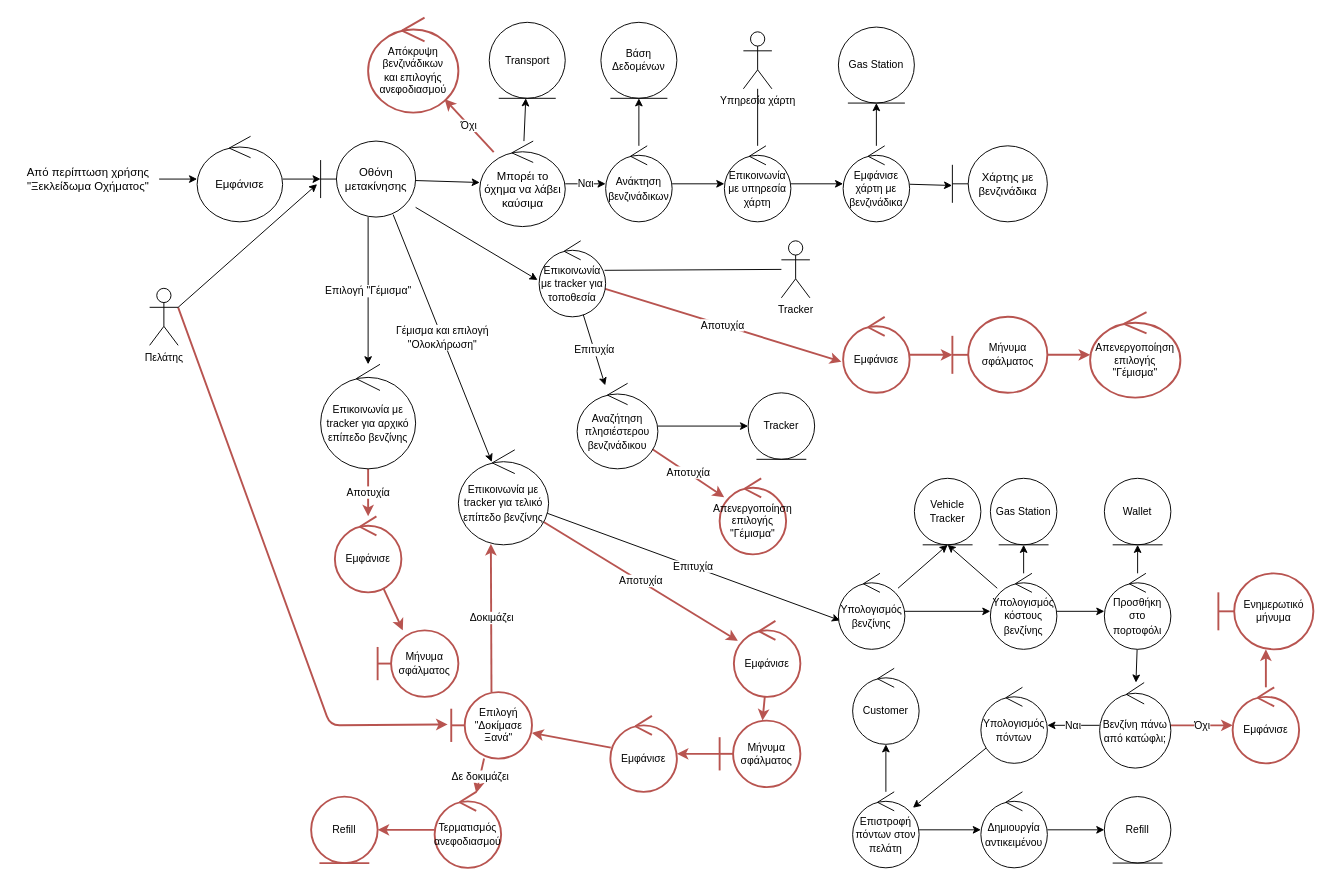
The draw.io diagram Part_2/Robustness/diagrams/13_Ανεφοδιασμός_Οχήματος.drawio in Nikolis2002/texnoligia_logismikou, before the edit. Source tidied: cells renumbered, new cells numbered last; positions are measured from the earlier drawing's top-left corner, leaving out a move shared by most shapes. Both pictures are drawn from the tidied source at 95%, with x=0, y=0 at pixel (16, 17).
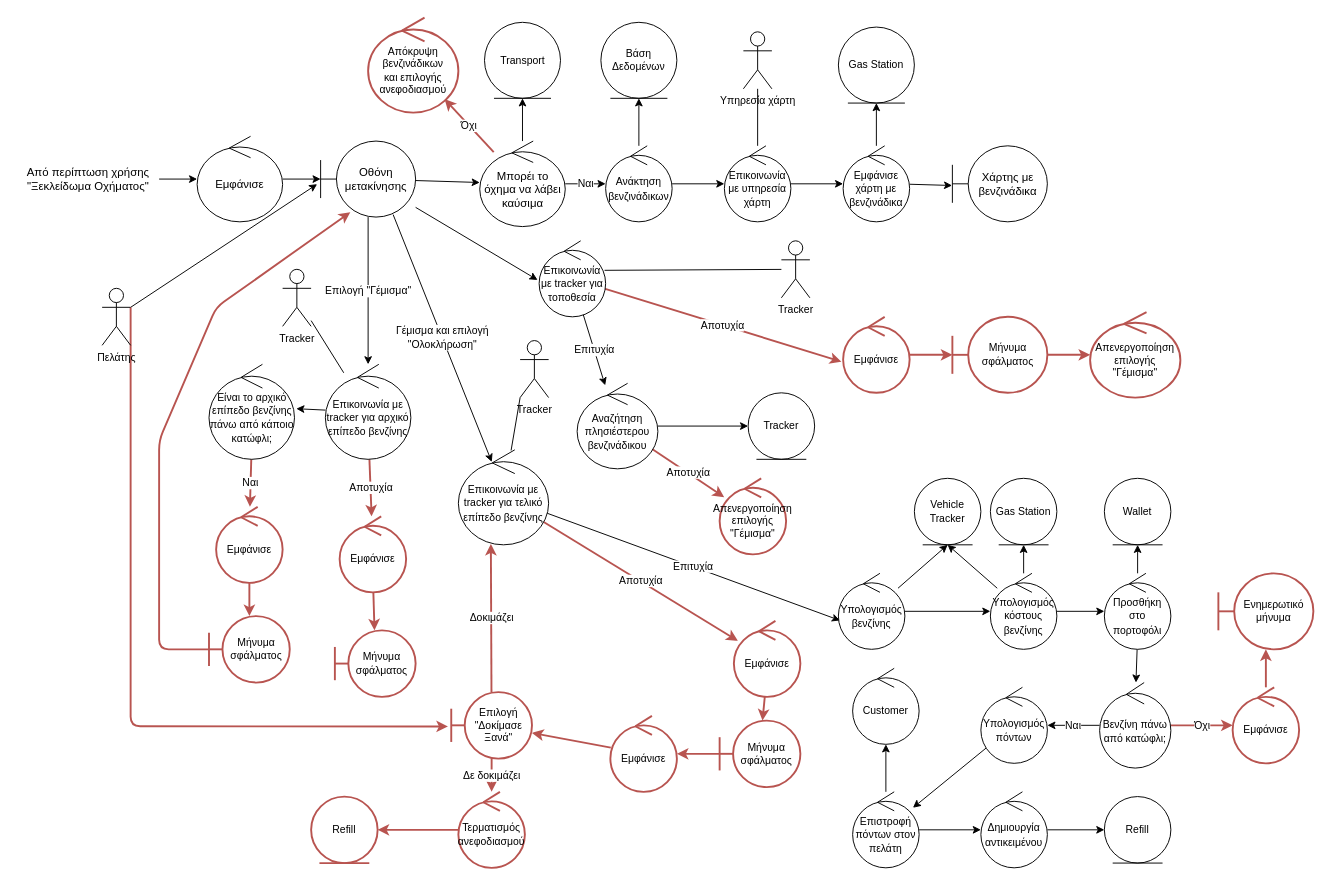
The same diagram, later.

The change refers to these unchanged cells:
```xml
<mxCell id="45" value="&lt;span style=&quot;font-size: 11px;&quot;&gt;Επικοινωνία με tracker για τελικό επίπεδο βενζίνης&lt;/span&gt;" style="ellipse;shape=umlControl;whiteSpace=wrap;html=1;" parent="1" vertex="1">
  <mxGeometry x="465" y="455" width="95" height="100" as="geometry" />
</mxCell>
<mxCell id="55" value="Επιλογή &quot;Δοκίμασε Ξανά&quot;" style="shape=umlBoundary;whiteSpace=wrap;html=1;fontSize=11;fillColor=none;strokeColor=#b85450;strokeWidth=2;" parent="1" vertex="1">
  <mxGeometry x="457.5" y="710" width="85" height="70" as="geometry" />
</mxCell>
<mxCell id="91" value="Οθόνη μετακίνησης" style="shape=umlBoundary;whiteSpace=wrap;html=1;" parent="1" vertex="1">
  <mxGeometry x="320" y="130" width="100" height="80" as="geometry" />
</mxCell>
```

What changed in the source:
```diff
@@
     <mxCell id="11" value="Transport" style="ellipse;shape=umlEntity;whiteSpace=wrap;html=1;fontSize=11;" parent="1" vertex="1">
-      <mxGeometry x="497.5" y="5" width="80" height="80" as="geometry" />
+      <mxGeometry x="492.5" y="5" width="80" height="80" as="geometry" />
     </mxCell>
+    <mxCell id="13" style="edgeStyle=none;html=1;exitX=1;exitY=0.3333333333333333;exitDx=0;exitDy=0;exitPerimeter=0;entryX=-0.037;entryY=0.567;entryDx=0;entryDy=0;entryPerimeter=0;" parent="1" edge="1" source="14" target="91">
+      <mxGeometry relative="1" as="geometry" />
+    </mxCell>
-    <mxCell id="12" style="edgeStyle=none;html=1;exitX=1;exitY=0.3333333333333333;exitDx=0;exitDy=0;exitPerimeter=0;entryX=-0.045;entryY=0.486;entryDx=0;entryDy=0;entryPerimeter=0;fillColor=none;strokeColor=#b85450;strokeWidth=2;" parent="1" edge="1" source="14" target="55">
+    <mxCell id="12" style="edgeStyle=none;html=1;exitX=1;exitY=0.3333333333333333;exitDx=0;exitDy=0;exitPerimeter=0;entryX=-0.041;entryY=0.517;entryDx=0;entryDy=0;entryPerimeter=0;endArrow=classic;endFill=1;fillColor=none;strokeColor=#b85450;strokeWidth=2;" parent="1" edge="1" source="14" target="55">
       <mxGeometry relative="1" as="geometry">
         <Array as="points">
-          <mxPoint x="330" y="745" />
+          <mxPoint x="120" y="746" />
         </Array>
       </mxGeometry>
     </mxCell>
-    <mxCell id="13" style="edgeStyle=none;html=1;exitX=1;exitY=0.3333333333333333;exitDx=0;exitDy=0;exitPerimeter=0;entryX=-0.037;entryY=0.567;entryDx=0;entryDy=0;entryPerimeter=0;" parent="1" edge="1" source="14" target="91">
-      <mxGeometry relative="1" as="geometry" />
-    </mxCell>
     <mxCell id="14" value="Πελάτης" style="shape=umlActor;verticalLabelPosition=bottom;verticalAlign=top;html=1;fontSize=11;" parent="1" vertex="1">
-      <mxGeometry x="140" y="285" width="30" height="60" as="geometry" />
+      <mxGeometry x="90" y="285" width="30" height="60" as="geometry" />
     </mxCell>
@@
+    <mxCell id="96" style="edgeStyle=none;html=1;endArrow=none;endFill=0;" parent="1" edge="1" source="42" target="99">
+      <mxGeometry relative="1" as="geometry" />
+    </mxCell>
+    <mxCell id="97" style="edgeStyle=none;html=1;entryX=1.021;entryY=0.467;entryDx=0;entryDy=0;entryPerimeter=0;endArrow=classic;endFill=1;" parent="1" edge="1" source="42" target="102">
+      <mxGeometry relative="1" as="geometry" />
+    </mxCell>
     <mxCell id="42" value="&lt;font style=&quot;font-size: 11px;&quot;&gt;Επικοινωνία με tracker για αρχικό επίπεδο βενζίνης&lt;/font&gt;" style="ellipse;shape=umlControl;whiteSpace=wrap;html=1;" parent="1" vertex="1">
-      <mxGeometry x="320" y="365" width="100" height="110" as="geometry" />
+      <mxGeometry x="325" y="365" width="90" height="100" as="geometry" />
     </mxCell>
@@
+    <mxCell id="98" style="edgeStyle=none;html=1;entryX=0;entryY=1;entryDx=0;entryDy=0;entryPerimeter=0;endArrow=none;endFill=0;" parent="1" edge="1" source="45" target="100">
+      <mxGeometry relative="1" as="geometry" />
+    </mxCell>
@@
     <mxCell id="47" value="&lt;font style=&quot;font-size: 11px;&quot;&gt;Εμφάνισε&lt;/font&gt;" style="ellipse;shape=umlControl;whiteSpace=wrap;html=1;fontSize=11;fillColor=none;strokeColor=#b85450;strokeWidth=2;" parent="1" vertex="1">
-      <mxGeometry x="335" y="525" width="70" height="80" as="geometry" />
+      <mxGeometry x="340" y="525" width="70" height="80" as="geometry" />
     </mxCell>
     <mxCell id="48" value="Μήνυμα σφάλματος" style="shape=umlBoundary;whiteSpace=wrap;html=1;fontSize=11;fillColor=none;strokeColor=#b85450;strokeWidth=2;" parent="1" vertex="1">
-      <mxGeometry x="380" y="645" width="85" height="70" as="geometry" />
+      <mxGeometry x="335" y="645" width="85" height="70" as="geometry" />
     </mxCell>
@@
     <mxCell id="72" value="&lt;font style=&quot;font-size: 11px;&quot;&gt;Τερματισμός ανεφοδιασμού&lt;/font&gt;" style="ellipse;shape=umlControl;whiteSpace=wrap;html=1;fontSize=11;fillColor=none;strokeColor=#b85450;strokeWidth=2;" parent="1" vertex="1">
-      <mxGeometry x="440" y="815" width="70" height="80" as="geometry" />
+      <mxGeometry x="465" y="815" width="70" height="80" as="geometry" />
     </mxCell>
@@
+    <mxCell id="99" value="Tracker" style="shape=umlActor;verticalLabelPosition=bottom;verticalAlign=top;html=1;fontSize=11;" parent="1" vertex="1">
+      <mxGeometry x="280" y="265" width="30" height="60" as="geometry" />
+    </mxCell>
+    <mxCell id="100" value="Tracker" style="shape=umlActor;verticalLabelPosition=bottom;verticalAlign=top;html=1;fontSize=11;" parent="1" vertex="1">
+      <mxGeometry x="530" y="340" width="30" height="60" as="geometry" />
+    </mxCell>
+    <mxCell id="101" value="Ναι" style="edgeStyle=none;html=1;endArrow=classic;endFill=1;fillColor=none;strokeColor=#b85450;strokeWidth=2;" parent="1" edge="1" source="102" target="104">
+      <mxGeometry relative="1" as="geometry" />
+    </mxCell>
+    <mxCell id="102" value="&lt;span style=&quot;font-size: 11px;&quot;&gt;Είναι το αρχικό επίπεδο βενζίνης πάνω από κάποιο κατώφλι;&lt;/span&gt;" style="ellipse;shape=umlControl;whiteSpace=wrap;html=1;fontSize=12;fillColor=default;strokeColor=default;strokeWidth=1;" parent="1" vertex="1">
+      <mxGeometry x="202.5" y="365" width="90" height="100" as="geometry" />
+    </mxCell>
+    <mxCell id="103" style="edgeStyle=none;html=1;endArrow=classic;endFill=1;fillColor=none;strokeColor=#b85450;strokeWidth=2;" parent="1" edge="1" source="104" target="106">
+      <mxGeometry relative="1" as="geometry" />
+    </mxCell>
+    <mxCell id="104" value="&lt;font style=&quot;font-size: 11px;&quot;&gt;Εμφάνισε&lt;/font&gt;" style="ellipse;shape=umlControl;whiteSpace=wrap;html=1;fontSize=11;fillColor=none;strokeColor=#b85450;strokeWidth=2;" parent="1" vertex="1">
+      <mxGeometry x="210" y="515" width="70" height="80" as="geometry" />
+    </mxCell>
+    <mxCell id="105" style="edgeStyle=none;html=1;entryX=0.313;entryY=0.935;entryDx=0;entryDy=0;entryPerimeter=0;endArrow=classic;endFill=1;fillColor=none;strokeColor=#b85450;strokeWidth=2;" parent="1" edge="1" source="106" target="91">
+      <mxGeometry relative="1" as="geometry">
+        <Array as="points">
+          <mxPoint x="150" y="665" />
+          <mxPoint x="150" y="445" />
+          <mxPoint x="210" y="305" />
+        </Array>
+      </mxGeometry>
+    </mxCell>
+    <mxCell id="106" value="Μήνυμα σφάλματος" style="shape=umlBoundary;whiteSpace=wrap;html=1;fontSize=11;fillColor=none;strokeColor=#b85450;strokeWidth=2;" parent="1" vertex="1">
+      <mxGeometry x="202.5" y="630" width="85" height="70" as="geometry" />
+    </mxCell>
```
